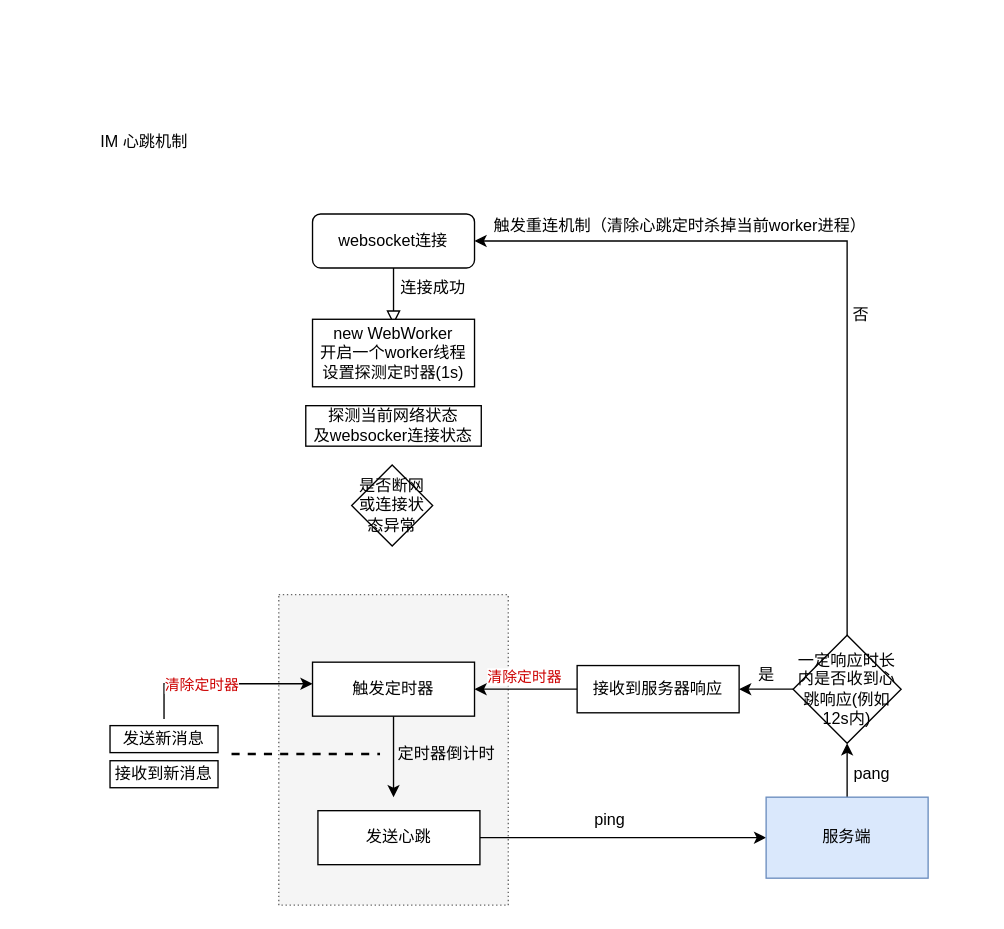
This is IM.drawio from simqifeng/somenote, a draw.io file, before an edit. Source tidied: cells renumbered, new cells numbered last; positions are measured from the earlier drawing's top-left corner, leaving out a move shared by most shapes. Both pictures are drawn from the tidied source at 135%, with x=0, y=0 at pixel (82, 122).
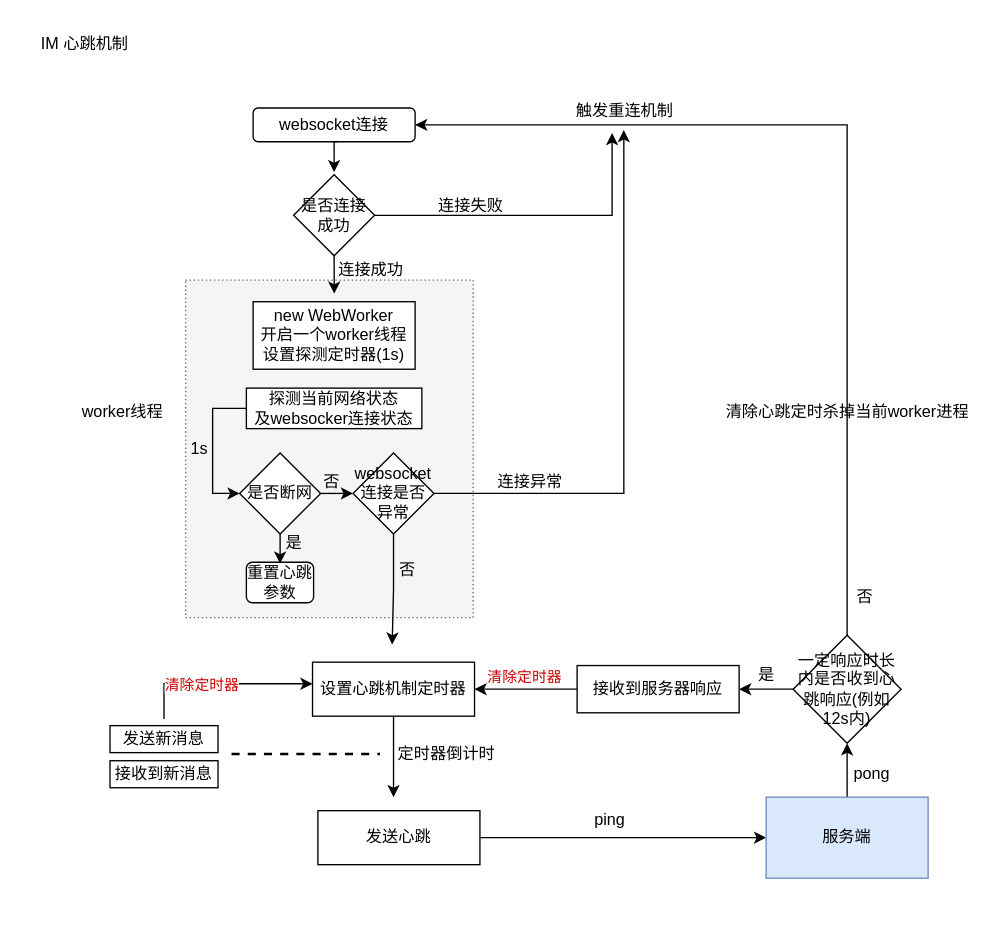
The same page after the edit.

Commit message:
更新IM心跳机制.drawio

The change refers to these unchanged cells:
```xml
<mxCell id="22" value="一定响应时长内是否收到心跳响应(例如12s内)" style="rhombus;whiteSpace=wrap;html=1;rounded=0;" parent="1" vertex="1">
  <mxGeometry x="526" y="380" width="80" height="80" as="geometry" />
</mxCell>
```

What changed in the source:
```diff
@@
     <mxCell id="2" style="whiteSpace=wrap;html=1;dashed=1;fillColor=#f5f5f5;fontColor=#333333;strokeColor=#666666;dashPattern=1 2;" parent="1" vertex="1">
-      <mxGeometry x="145" y="350" width="170" height="230" as="geometry" />
+      <mxGeometry x="76" y="117" width="213" height="250" as="geometry" />
     </mxCell>
-    <mxCell id="3" style="rounded=0;html=1;jettySize=auto;fontSize=11;endArrow=block;endFill=0;endSize=8;strokeWidth=1;shadow=0;labelBackgroundColor=none;edgeStyle=orthogonalEdgeStyle;" parent="1" edge="1" source="4">
-      <mxGeometry relative="1" as="geometry">
-        <mxPoint x="230" y="150" as="targetPoint" />
-      </mxGeometry>
-    </mxCell>
+    <mxCell id="34" style="edgeStyle=orthogonalEdgeStyle;rounded=0;orthogonalLoop=1;jettySize=auto;html=1;exitX=0.5;exitY=1;exitDx=0;exitDy=0;" parent="1" edge="1">
+      <mxGeometry relative="1" as="geometry">
+        <mxPoint x="188" y="14.5" as="sourcePoint" />
+        <mxPoint x="186" y="37" as="targetPoint" />
+      </mxGeometry>
+    </mxCell>
     <mxCell id="4" value="websocket连接" style="rounded=1;whiteSpace=wrap;html=1;fontSize=12;glass=0;strokeWidth=1;shadow=0;" parent="1" vertex="1">
-      <mxGeometry x="170" y="68" width="120" height="40" as="geometry" />
+      <mxGeometry x="126" y="-10.5" width="120" height="25" as="geometry" />
     </mxCell>
-    <mxCell id="5" value="连接成功" style="text;html=1;align=center;verticalAlign=middle;strokeColor=none;fillColor=none;" parent="1" vertex="1">
-      <mxGeometry x="224" y="108" width="70" height="30" as="geometry" />
-    </mxCell>
     <mxCell id="6" value="new WebWorker&lt;br&gt;开启一个worker线程&lt;br&gt;设置探测定时器(1s)" style="rounded=0;whiteSpace=wrap;html=1;" parent="1" vertex="1">
-      <mxGeometry x="170" y="146" width="120" height="50" as="geometry" />
+      <mxGeometry x="126" y="133" width="120" height="50" as="geometry" />
     </mxCell>
@@
-    <mxCell id="13" value="触发定时器" style="rounded=0;whiteSpace=wrap;html=1;" parent="1" vertex="1">
+    <mxCell id="13" value="设置心跳机制定时器" style="rounded=0;whiteSpace=wrap;html=1;" parent="1" vertex="1">
       <mxGeometry x="170" y="400" width="120" height="40" as="geometry" />
     </mxCell>
@@
     <mxCell id="21" style="edgeStyle=orthogonalEdgeStyle;rounded=0;jettySize=auto;html=1;entryX=1;entryY=0.5;entryDx=0;entryDy=0;" parent="1" edge="1" source="22" target="4">
       <mxGeometry relative="1" as="geometry">
         <Array as="points">
-          <mxPoint x="566" y="88" />
+          <mxPoint x="566" y="2" />
         </Array>
       </mxGeometry>
     </mxCell>
@@
-    <mxCell id="24" value="触发重连机制（清除心跳定时杀掉当前worker进程）" style="text;html=1;align=center;verticalAlign=middle;points=[];strokeColor=none;fillColor=none;" parent="1" vertex="1">
-      <mxGeometry x="292" y="62" width="300" height="30" as="geometry" />
+    <mxCell id="24" value="触发重连机制" style="text;html=1;align=center;verticalAlign=middle;points=[];strokeColor=none;fillColor=none;" parent="1" vertex="1">
+      <mxGeometry x="351" y="-23" width="100" height="30" as="geometry" />
     </mxCell>
     <mxCell id="25" value="否" style="text;html=1;align=center;verticalAlign=middle;strokeColor=none;fillColor=none;" parent="1" vertex="1">
-      <mxGeometry x="556" y="128" width="40" height="30" as="geometry" />
+      <mxGeometry x="559" y="337" width="40" height="30" as="geometry" />
     </mxCell>
@@
-    <mxCell id="27" value="pang" style="text;html=1;align=center;verticalAlign=middle;strokeColor=none;fillColor=none;" parent="1" vertex="1">
+    <mxCell id="27" value="pong" style="text;html=1;align=center;verticalAlign=middle;strokeColor=none;fillColor=none;" parent="1" vertex="1">
       <mxGeometry x="559" y="468" width="50" height="30" as="geometry" />
     </mxCell>
     <mxCell id="28" value="IM 心跳机制" style="text;html=1;align=center;verticalAlign=middle;strokeColor=none;fillColor=none;" parent="1" vertex="1">
-      <mxGeometry width="90" height="30" as="geometry" />
+      <mxGeometry x="-44" y="-73" width="90" height="30" as="geometry" />
     </mxCell>
@@
+    <mxCell id="35" style="edgeStyle=orthogonalEdgeStyle;rounded=0;jettySize=auto;html=1;exitX=0;exitY=0.5;exitDx=0;exitDy=0;entryX=0;entryY=0.5;entryDx=0;entryDy=0;" parent="1" edge="1" source="32" target="33">
+      <mxGeometry relative="1" as="geometry" />
+    </mxCell>
     <mxCell id="32" value="探测当前网络状态&lt;br&gt;及websocker连接状态" style="rounded=0;whiteSpace=wrap;html=1;" parent="1" vertex="1">
-      <mxGeometry x="165" y="210" width="130" height="30" as="geometry" />
+      <mxGeometry x="121" y="197" width="130" height="30" as="geometry" />
     </mxCell>
+    <mxCell id="36" style="edgeStyle=orthogonalEdgeStyle;rounded=0;jettySize=auto;html=1;exitX=1;exitY=0.5;exitDx=0;exitDy=0;entryX=0;entryY=0.5;entryDx=0;entryDy=0;" parent="1" edge="1" source="33" target="43">
+      <mxGeometry relative="1" as="geometry" />
+    </mxCell>
+    <mxCell id="37" style="edgeStyle=orthogonalEdgeStyle;rounded=0;jettySize=auto;html=1;exitX=0.5;exitY=1;exitDx=0;exitDy=0;" parent="1" edge="1" source="33">
+      <mxGeometry relative="1" as="geometry">
+        <mxPoint x="146" y="327" as="targetPoint" />
+        <Array as="points">
+          <mxPoint x="146" y="317" />
+          <mxPoint x="146" y="317" />
+        </Array>
+      </mxGeometry>
+    </mxCell>
-    <mxCell id="33" value="是否断网或连接状态异常" style="rhombus;whiteSpace=wrap;html=1;" parent="1" vertex="1">
-      <mxGeometry x="199" y="254" width="60" height="60" as="geometry" />
+    <mxCell id="33" value="是否断网" style="rhombus;whiteSpace=wrap;html=1;" parent="1" vertex="1">
+      <mxGeometry x="116" y="245" width="60" height="60" as="geometry" />
     </mxCell>
+    <mxCell id="38" value="1s" style="text;html=1;align=center;verticalAlign=middle;strokeColor=none;fillColor=none;" parent="1" vertex="1">
+      <mxGeometry x="66" y="227" width="40" height="30" as="geometry" />
+    </mxCell>
+    <mxCell id="39" value="worker线程" style="text;html=1;align=center;verticalAlign=middle;strokeColor=none;fillColor=none;" parent="1" vertex="1">
+      <mxGeometry x="-11" y="200" width="80" height="30" as="geometry" />
+    </mxCell>
+    <mxCell id="40" value="否" style="text;html=1;align=center;verticalAlign=middle;strokeColor=none;fillColor=none;" parent="1" vertex="1">
+      <mxGeometry x="164" y="252" width="40" height="30" as="geometry" />
+    </mxCell>
+    <mxCell id="41" style="edgeStyle=orthogonalEdgeStyle;rounded=0;jettySize=auto;html=1;exitX=0.5;exitY=1;exitDx=0;exitDy=0;" parent="1" edge="1" source="43">
+      <mxGeometry relative="1" as="geometry">
+        <mxPoint x="229" y="387" as="targetPoint" />
+      </mxGeometry>
+    </mxCell>
+    <mxCell id="42" style="edgeStyle=orthogonalEdgeStyle;rounded=0;jettySize=auto;html=1;exitX=1;exitY=0.5;exitDx=0;exitDy=0;entryX=0.496;entryY=0.962;entryDx=0;entryDy=0;entryPerimeter=0;" parent="1" edge="1" source="43" target="24">
+      <mxGeometry relative="1" as="geometry" />
+    </mxCell>
+    <mxCell id="43" value="websocket连接是否异常" style="rhombus;whiteSpace=wrap;html=1;" parent="1" vertex="1">
+      <mxGeometry x="200" y="245" width="60" height="60" as="geometry" />
+    </mxCell>
+    <mxCell id="44" value="重置心跳参数" style="rounded=1;whiteSpace=wrap;html=1;" parent="1" vertex="1">
+      <mxGeometry x="121" y="326" width="49.8" height="30" as="geometry" />
+    </mxCell>
+    <mxCell id="45" value="是" style="text;html=1;align=center;verticalAlign=middle;strokeColor=none;fillColor=none;" parent="1" vertex="1">
+      <mxGeometry x="136" y="297" width="40" height="30" as="geometry" />
+    </mxCell>
+    <mxCell id="46" style="edgeStyle=orthogonalEdgeStyle;rounded=0;jettySize=auto;html=1;exitX=0.5;exitY=1;exitDx=0;exitDy=0;entryX=0.517;entryY=0.04;entryDx=0;entryDy=0;entryPerimeter=0;" parent="1" edge="1" source="48" target="2">
+      <mxGeometry relative="1" as="geometry" />
+    </mxCell>
+    <mxCell id="47" style="edgeStyle=orthogonalEdgeStyle;rounded=0;jettySize=auto;html=1;exitX=1;exitY=0.5;exitDx=0;exitDy=0;entryX=0.409;entryY=1.034;entryDx=0;entryDy=0;entryPerimeter=0;" parent="1" edge="1" source="48" target="24">
+      <mxGeometry relative="1" as="geometry" />
+    </mxCell>
+    <mxCell id="48" value="是否连接成功" style="rhombus;whiteSpace=wrap;html=1;" parent="1" vertex="1">
+      <mxGeometry x="156" y="39" width="60" height="60" as="geometry" />
+    </mxCell>
+    <mxCell id="5" value="连接成功" style="text;html=1;align=center;verticalAlign=middle;strokeColor=none;fillColor=none;" parent="1" vertex="1">
+      <mxGeometry x="178" y="95" width="70" height="30" as="geometry" />
+    </mxCell>
+    <mxCell id="49" value="连接失败" style="text;html=1;align=center;verticalAlign=middle;strokeColor=none;fillColor=none;" parent="1" vertex="1">
+      <mxGeometry x="252" y="47" width="70" height="30" as="geometry" />
+    </mxCell>
+    <mxCell id="50" value="连接异常" style="text;html=1;align=center;verticalAlign=middle;strokeColor=none;fillColor=none;" parent="1" vertex="1">
+      <mxGeometry x="296" y="252" width="70" height="30" as="geometry" />
+    </mxCell>
+    <mxCell id="51" value="否" style="text;html=1;align=center;verticalAlign=middle;strokeColor=none;fillColor=none;" parent="1" vertex="1">
+      <mxGeometry x="220" y="317" width="40" height="30" as="geometry" />
+    </mxCell>
+    <mxCell id="52" value="清除心跳定时杀掉当前worker进程" style="text;html=1;align=center;verticalAlign=middle;strokeColor=none;fillColor=none;" parent="1" vertex="1">
+      <mxGeometry x="466" y="200" width="200" height="30" as="geometry" />
+    </mxCell>
```
